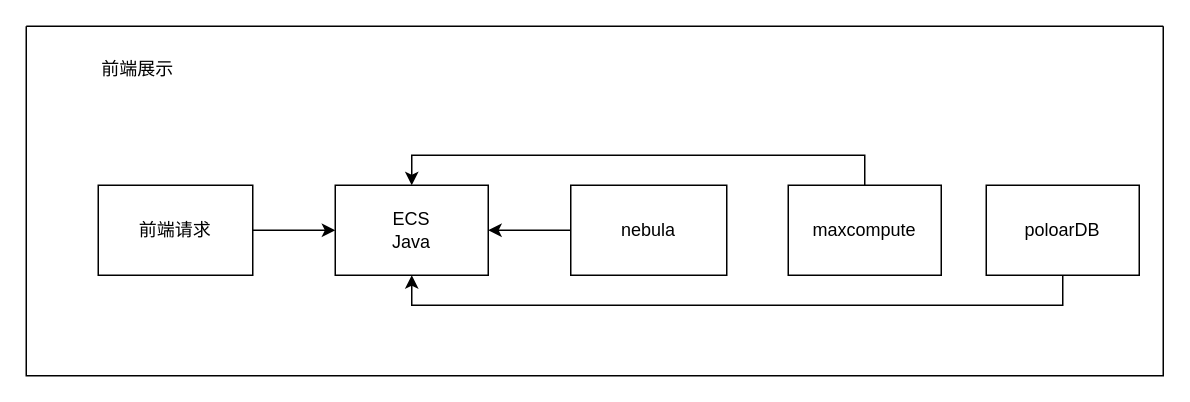
Above: page "Page-3" (3 of 3) of 友邦/友邦事中数据流.drawio in XiaoLiuAI/diagrams (draw.io), before the change. Source tidied: cells renumbered, new cells numbered last; positions are measured from the earlier drawing's top-left corner, leaving out a move shared by most shapes. Both pictures are drawn from the tidied source at 150%, with x=0, y=0 at pixel (26, 26).
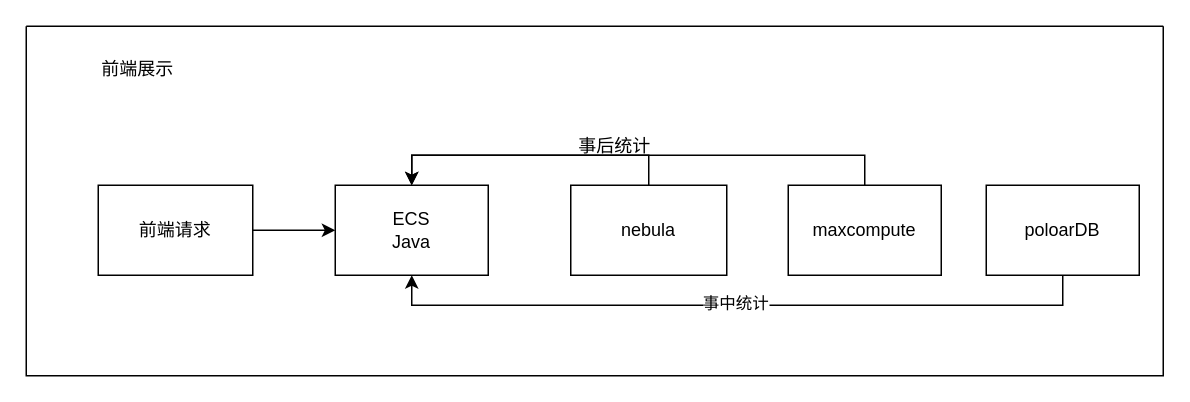
The same diagram, later.

Commit message:
Update 友邦事中数据流.drawio

Diff of the diagram source:
```diff
@@
 <mxGraphModel>
   <root>
     <mxCell id="0" />
     <mxCell id="1" parent="0" />
     <mxCell id="2" style="swimlane;startSize=0;" parent="1" vertex="1">
       <mxGeometry width="758" height="233" as="geometry" />
     </mxCell>
     <mxCell id="3" value="前端展示" style="text;html=1;align=center;verticalAlign=middle;strokeColor=none;fillColor=none;" parent="2" vertex="1">
       <mxGeometry x="41" y="16" width="66" height="26" as="geometry" />
     </mxCell>
     <mxCell id="4" style="edgeStyle=orthogonalEdgeStyle;rounded=0;jettySize=auto;html=1;" parent="2" edge="1" source="5" target="6">
       <mxGeometry relative="1" as="geometry" />
     </mxCell>
     <mxCell id="5" value="前端请求" style="rounded=0;whiteSpace=wrap;html=1;" parent="2" vertex="1">
       <mxGeometry x="48" y="106" width="103" height="60" as="geometry" />
     </mxCell>
     <mxCell id="6" value="ECS&lt;div&gt;Java&lt;/div&gt;" style="rounded=0;whiteSpace=wrap;html=1;" parent="2" vertex="1">
       <mxGeometry x="206" y="106" width="102" height="60" as="geometry" />
     </mxCell>
-    <mxCell id="7" style="edgeStyle=orthogonalEdgeStyle;rounded=0;jettySize=auto;html=1;exitX=0;exitY=0.5;exitDx=0;exitDy=0;entryX=1;entryY=0.5;entryDx=0;entryDy=0;" parent="2" edge="1" source="8" target="6">
+    <mxCell id="7" style="edgeStyle=orthogonalEdgeStyle;rounded=0;jettySize=auto;html=1;exitX=0.5;exitY=0;exitDx=0;exitDy=0;entryX=0.5;entryY=0;entryDx=0;entryDy=0;" parent="2" edge="1" source="8" target="6">
       <mxGeometry relative="1" as="geometry" />
     </mxCell>
     <mxCell id="8" value="nebula" style="rounded=0;whiteSpace=wrap;html=1;" parent="2" vertex="1">
       <mxGeometry x="363" y="106" width="104" height="60" as="geometry" />
     </mxCell>
     <mxCell id="9" style="edgeStyle=orthogonalEdgeStyle;rounded=0;jettySize=auto;html=1;exitX=0.5;exitY=0;exitDx=0;exitDy=0;entryX=0.5;entryY=0;entryDx=0;entryDy=0;" parent="2" edge="1" source="10" target="6">
       <mxGeometry relative="1" as="geometry" />
     </mxCell>
     <mxCell id="10" value="maxcompute" style="rounded=0;whiteSpace=wrap;html=1;" parent="2" vertex="1">
       <mxGeometry x="508" y="106" width="102" height="60" as="geometry" />
     </mxCell>
     <mxCell id="11" style="edgeStyle=orthogonalEdgeStyle;rounded=0;jettySize=auto;html=1;entryX=0.5;entryY=1;entryDx=0;entryDy=0;" parent="2" edge="1" source="12" target="6">
       <mxGeometry relative="1" as="geometry">
         <Array as="points">
           <mxPoint x="691" y="186" />
           <mxPoint x="257" y="186" />
         </Array>
       </mxGeometry>
     </mxCell>
+    <mxCell id="13" value="事中统计" style="edgeLabel;html=1;align=center;verticalAlign=middle;" parent="11" vertex="1">
+      <mxGeometry x="0.01" y="-2" relative="1" as="geometry" />
+    </mxCell>
     <mxCell id="12" value="poloarDB" style="rounded=0;whiteSpace=wrap;html=1;" parent="2" vertex="1">
       <mxGeometry x="640" y="106" width="102" height="60" as="geometry" />
     </mxCell>
+    <mxCell id="14" value="事后统计" style="text;html=1;align=center;verticalAlign=middle;strokeColor=none;fillColor=none;" parent="1" vertex="1">
+      <mxGeometry x="359" y="67" width="66" height="26" as="geometry" />
+    </mxCell>
   </root>
 </mxGraphModel>
```
